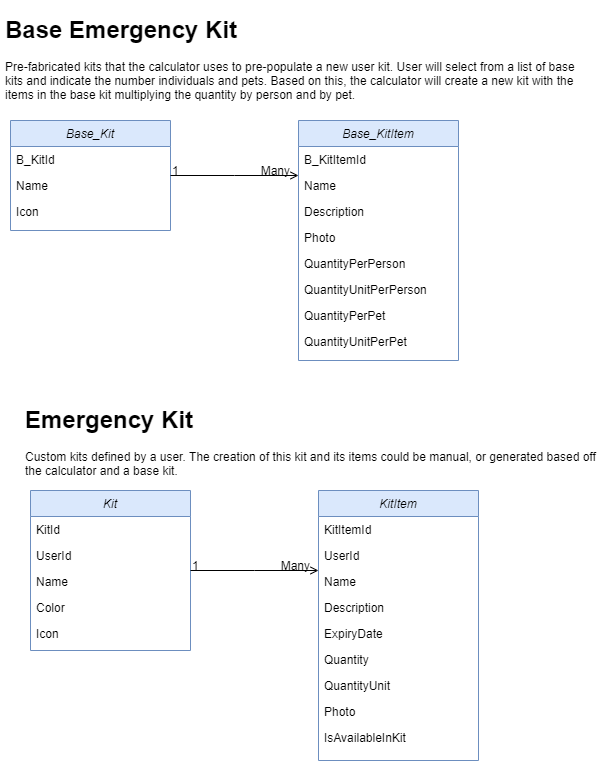
Above: assets/models/EmergencyKits.png in HTBox/TwoWeeksReady (draw.io), before the change. Source tidied: cells renumbered, new cells last; positions are measured from the earlier drawing's top-left corner, leaving out a move shared by most shapes.
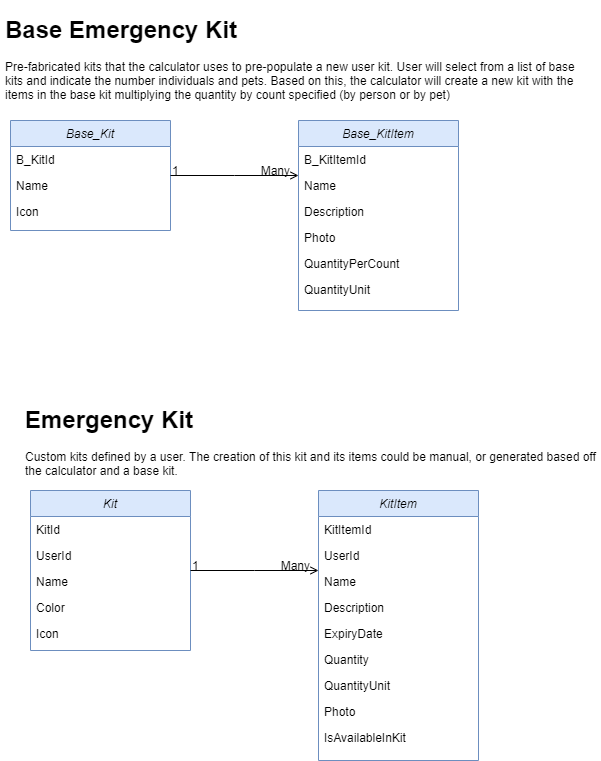
After the commit.

Commit message:
updated Kits model in wiki

The edit, as a diff of the source:
```diff
@@ -63,7 +63,7 @@
       <mxGeometry y="234" width="160" height="26" as="geometry" />
     </mxCell>
     <mxCell id="22" value="Base_KitItem" style="swimlane;fontStyle=2;align=center;verticalAlign=top;horizontal=1;startSize=26;rounded=0;shadow=0;strokeWidth=1;fillColor=#dae8fc;strokeColor=#6c8ebf;" parent="1" vertex="1">
-      <mxGeometry x="298" y="110" width="160" height="240" as="geometry" />
+      <mxGeometry x="298" y="110" width="160" height="190" as="geometry" />
     </mxCell>
     <mxCell id="23" value="B_KitItemId" style="text;align=left;verticalAlign=top;spacingLeft=4;spacingRight=4;overflow=hidden;" parent="22" vertex="1">
       <mxGeometry y="26" width="160" height="26" as="geometry" />
@@ -77,18 +77,12 @@
     <mxCell id="26" value="Photo" style="text;align=left;verticalAlign=top;spacingLeft=4;spacingRight=4;overflow=hidden;rounded=0;shadow=0;html=0;" parent="22" vertex="1">
       <mxGeometry y="104" width="160" height="26" as="geometry" />
     </mxCell>
-    <mxCell id="27" value="QuantityPerPerson" style="text;align=left;verticalAlign=top;spacingLeft=4;spacingRight=4;overflow=hidden;rounded=0;shadow=0;html=0;" parent="22" vertex="1">
+    <mxCell id="27" value="QuantityPerCount" style="text;align=left;verticalAlign=top;spacingLeft=4;spacingRight=4;overflow=hidden;rounded=0;shadow=0;html=0;" parent="22" vertex="1">
       <mxGeometry y="130" width="160" height="26" as="geometry" />
     </mxCell>
-    <mxCell id="28" value="QuantityUnitPerPerson" style="text;align=left;verticalAlign=top;spacingLeft=4;spacingRight=4;overflow=hidden;rounded=0;shadow=0;html=0;" parent="22" vertex="1">
+    <mxCell id="28" value="QuantityUnit" style="text;align=left;verticalAlign=top;spacingLeft=4;spacingRight=4;overflow=hidden;rounded=0;shadow=0;html=0;" parent="22" vertex="1">
       <mxGeometry y="156" width="160" height="26" as="geometry" />
     </mxCell>
-    <mxCell id="29" value="QuantityPerPet" style="text;align=left;verticalAlign=top;spacingLeft=4;spacingRight=4;overflow=hidden;rounded=0;shadow=0;html=0;" parent="22" vertex="1">
-      <mxGeometry y="182" width="160" height="26" as="geometry" />
-    </mxCell>
-    <mxCell id="30" value="QuantityUnitPerPet" style="text;align=left;verticalAlign=top;spacingLeft=4;spacingRight=4;overflow=hidden;rounded=0;shadow=0;html=0;" parent="22" vertex="1">
-      <mxGeometry y="208" width="160" height="26" as="geometry" />
-    </mxCell>
     <mxCell id="31" style="endArrow=open;shadow=0;strokeWidth=1;rounded=0;endFill=1;edgeStyle=elbowEdgeStyle;elbow=vertical;" parent="1" edge="1" source="2" target="22">
       <mxGeometry x="0.5" y="41" relative="1" as="geometry">
         <mxPoint x="-40" y="32" as="offset" />
@@ -121,7 +115,7 @@
         <mxPoint x="-7" y="4" as="offset" />
       </mxGeometry>
     </mxCell>
-    <mxCell id="37" value="&lt;h1&gt;Base Emergency Kit&lt;/h1&gt;&lt;p&gt;Pre-fabricated kits that the calculator uses to pre-populate a new user kit. User will select from a list of base kits and indicate the number individuals and pets. Based on this, the calculator will create a new kit with the items in the base kit multiplying the quantity by person and by pet.&lt;/p&gt;" style="text;html=1;strokeColor=none;fillColor=none;spacing=5;spacingTop=-20;whiteSpace=wrap;overflow=hidden;rounded=0;" parent="1" vertex="1">
+    <mxCell id="37" value="&lt;h1&gt;Base Emergency Kit&lt;/h1&gt;&lt;p&gt;Pre-fabricated kits that the calculator uses to pre-populate a new user kit. User will select from a list of base kits and indicate the number individuals and pets. Based on this, the calculator will create a new kit with the items in the base kit multiplying the quantity by count specified (by person or by pet)&lt;/p&gt;" style="text;html=1;strokeColor=none;fillColor=none;spacing=5;spacingTop=-20;whiteSpace=wrap;overflow=hidden;rounded=0;" parent="1" vertex="1">
       <mxGeometry width="580" height="120" as="geometry" />
     </mxCell>
     <mxCell id="38" value="&lt;h1&gt;Emergency Kit&lt;/h1&gt;&lt;p&gt;Custom kits defined by a user. The creation of this kit and its items could be manual, or generated based off the calculator and a base kit.&lt;/p&gt;" style="text;html=1;strokeColor=none;fillColor=none;spacing=5;spacingTop=-20;whiteSpace=wrap;overflow=hidden;rounded=0;" parent="1" vertex="1">
```
